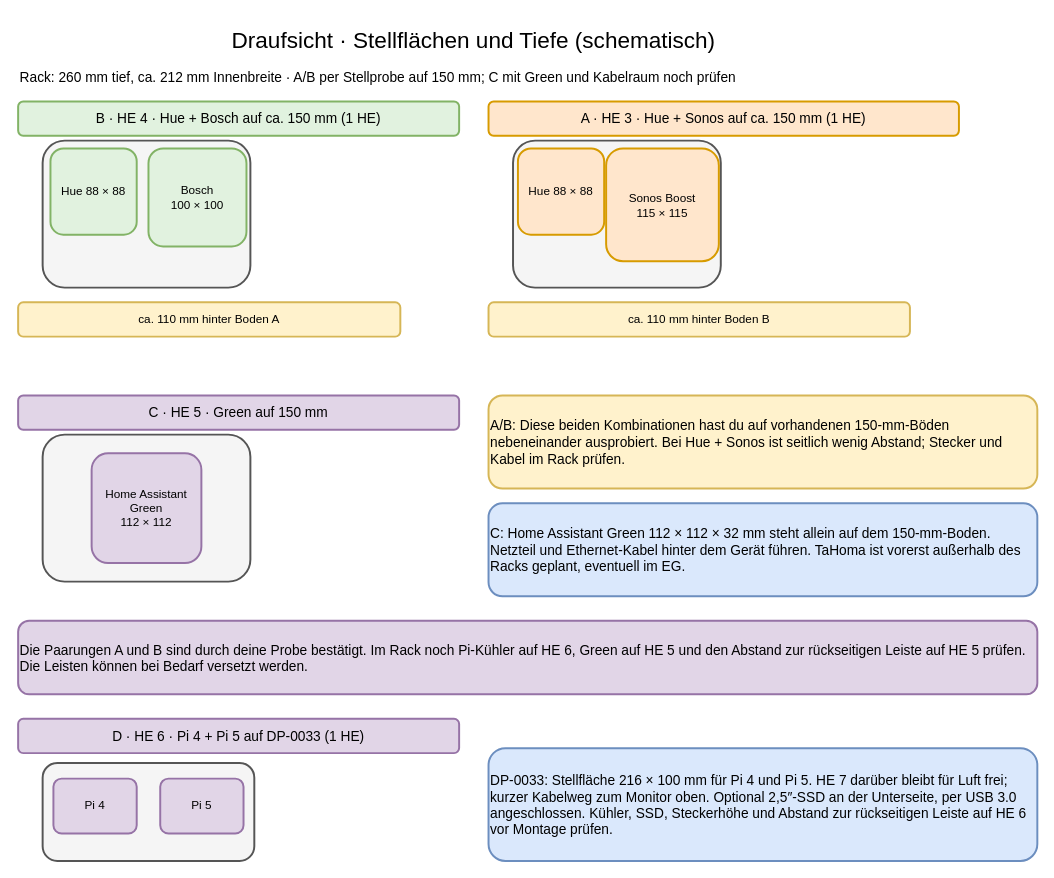
Earlier version of the draw.io diagram page "Fachböden – Draufsicht" (2 of 4) of 10-zoll-rack-planung.drawio (tiptronic/diagrams). Source tidied: cells renumbered, new cells numbered last; positions are measured from the earlier drawing's top-left corner, leaving out a move shared by most shapes. Both pictures are drawn from the tidied source at 98%, with x=0, y=0 at pixel (18, 18).
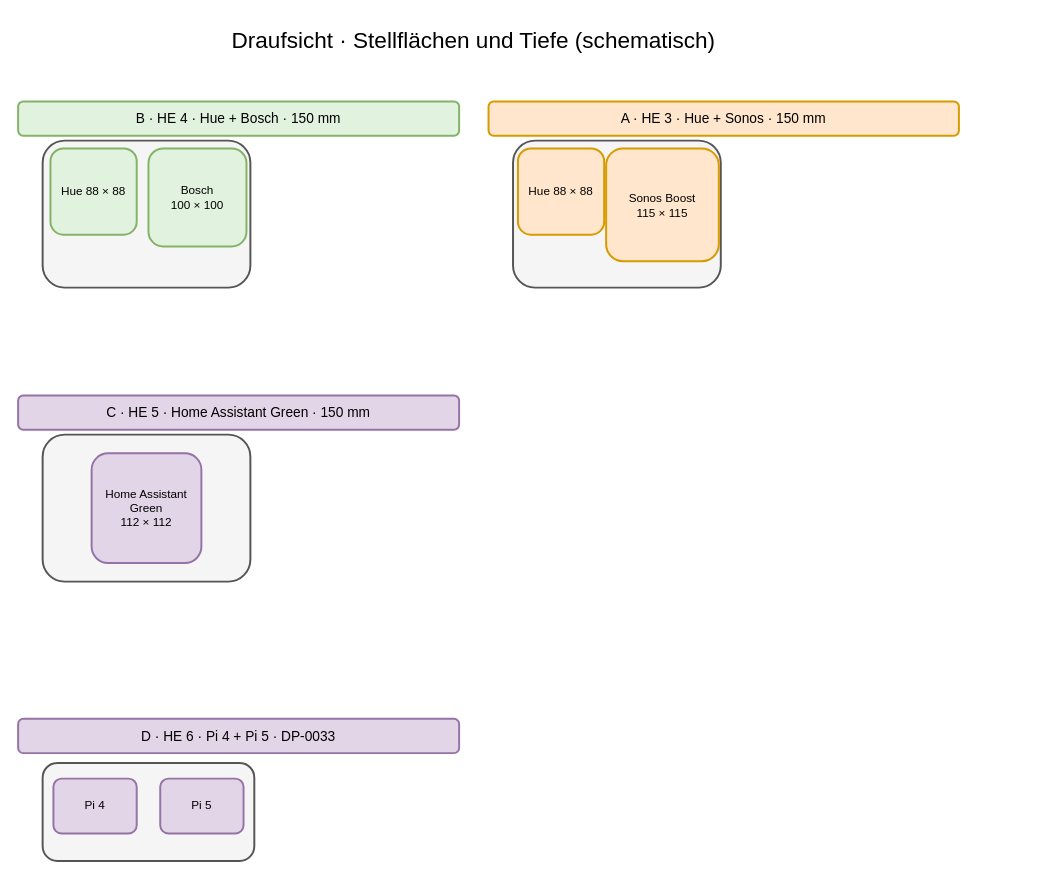
The same page after the edit.

Commit message (it also covers changes not shown here):
Simplify rack diagram labels

The edit, as a diff of the source:
```diff
@@
-    <mxCell id="3" value="Rack: 260 mm tief, ca. 212 mm Innenbreite · A/B per Stellprobe auf 150 mm; C mit Green und Kabelraum noch prüfen" style="rounded=1;whiteSpace=wrap;html=1;align=left;verticalAlign=middle;strokeWidth=2;fontSize=14;fillColor=#ffffff;strokeColor=#ffffff;" parent="1" vertex="1">
-      <mxGeometry y="45" width="1000" height="32" as="geometry" />
-    </mxCell>
-    <mxCell id="4" value="B · HE 4 · Hue + Bosch auf ca. 150 mm (1 HE)" style="rounded=1;whiteSpace=wrap;html=1;align=center;verticalAlign=middle;strokeWidth=2;fontSize=14;fillColor=#e1f2df;strokeColor=#82b366;" parent="1" vertex="1">
+    <mxCell id="4" value="B · HE 4 · Hue + Bosch · 150 mm" style="rounded=1;whiteSpace=wrap;html=1;align=center;verticalAlign=middle;strokeWidth=2;fontSize=14;fillColor=#e1f2df;strokeColor=#82b366;" parent="1" vertex="1">
       <mxGeometry y="85" width="450" height="35" as="geometry" />
     </mxCell>
@@
-    <mxCell id="8" value="ca. 110 mm hinter Boden A" style="rounded=1;whiteSpace=wrap;html=1;align=center;verticalAlign=middle;strokeWidth=2;fontSize=12;fillColor=#fff2cc;strokeColor=#d6b656;" parent="1" vertex="1">
-      <mxGeometry y="290" width="390" height="35" as="geometry" />
-    </mxCell>
-    <mxCell id="9" value="A · HE 3 · Hue + Sonos auf ca. 150 mm (1 HE)" style="rounded=1;whiteSpace=wrap;html=1;align=center;verticalAlign=middle;strokeWidth=2;fontSize=14;fillColor=#ffe6cc;strokeColor=#d79b00;" parent="1" vertex="1">
+    <mxCell id="9" value="A · HE 3 · Hue + Sonos · 150 mm" style="rounded=1;whiteSpace=wrap;html=1;align=center;verticalAlign=middle;strokeWidth=2;fontSize=14;fillColor=#ffe6cc;strokeColor=#d79b00;" parent="1" vertex="1">
       <mxGeometry x="480" y="85" width="480" height="35" as="geometry" />
     </mxCell>
@@
-    <mxCell id="13" value="ca. 110 mm hinter Boden B" style="rounded=1;whiteSpace=wrap;html=1;align=center;verticalAlign=middle;strokeWidth=2;fontSize=12;fillColor=#fff2cc;strokeColor=#d6b656;" parent="1" vertex="1">
-      <mxGeometry x="480" y="290" width="430" height="35" as="geometry" />
-    </mxCell>
-    <mxCell id="14" value="C · HE 5 · Green auf 150 mm" style="rounded=1;whiteSpace=wrap;html=1;align=center;verticalAlign=middle;strokeWidth=2;fontSize=14;fillColor=#e1d5e7;strokeColor=#9673a6;" parent="1" vertex="1">
+    <mxCell id="14" value="C · HE 5 · Home Assistant Green · 150 mm" style="rounded=1;whiteSpace=wrap;html=1;align=center;verticalAlign=middle;strokeWidth=2;fontSize=14;fillColor=#e1d5e7;strokeColor=#9673a6;" parent="1" vertex="1">
       <mxGeometry y="385" width="450" height="35" as="geometry" />
     </mxCell>
@@
-    <mxCell id="17" value="A/B: Diese beiden Kombinationen hast du auf vorhandenen 150-mm-Böden nebeneinander ausprobiert. Bei Hue + Sonos ist seitlich wenig Abstand; Stecker und Kabel im Rack prüfen." style="rounded=1;whiteSpace=wrap;html=1;align=left;verticalAlign=middle;strokeWidth=2;fontSize=14;fillColor=#fff2cc;strokeColor=#d6b656;" parent="1" vertex="1">
-      <mxGeometry x="480" y="385" width="560" height="95" as="geometry" />
-    </mxCell>
-    <mxCell id="18" value="C: Home Assistant Green 112 × 112 × 32 mm steht allein auf dem 150-mm-Boden. Netzteil und Ethernet-Kabel hinter dem Gerät führen. TaHoma ist vorerst außerhalb des Racks geplant, eventuell im EG." style="rounded=1;whiteSpace=wrap;html=1;align=left;verticalAlign=middle;strokeWidth=2;fontSize=14;fillColor=#dae8fc;strokeColor=#6c8ebf;" parent="1" vertex="1">
-      <mxGeometry x="480" y="495" width="560" height="95" as="geometry" />
-    </mxCell>
-    <mxCell id="19" value="Die Paarungen A und B sind durch deine Probe bestätigt. Im Rack noch Pi-Kühler auf HE 6, Green auf HE 5 und den Abstand zur rückseitigen Leiste auf HE 5 prüfen. Die Leisten können bei Bedarf versetzt werden." style="rounded=1;whiteSpace=wrap;html=1;align=left;verticalAlign=middle;strokeWidth=2;fontSize=14;fillColor=#e1d5e7;strokeColor=#9673a6;" parent="1" vertex="1">
-      <mxGeometry y="615" width="1040" height="75" as="geometry" />
-    </mxCell>
-    <mxCell id="20" value="D · HE 6 · Pi 4 + Pi 5 auf DP-0033 (1 HE)" style="rounded=1;whiteSpace=wrap;html=1;align=center;verticalAlign=middle;strokeWidth=2;fontSize=14;fillColor=#e1d5e7;strokeColor=#9673a6;" parent="1" vertex="1">
+    <mxCell id="20" value="D · HE 6 · Pi 4 + Pi 5 · DP-0033" style="rounded=1;whiteSpace=wrap;html=1;align=center;verticalAlign=middle;strokeWidth=2;fontSize=14;fillColor=#e1d5e7;strokeColor=#9673a6;" parent="1" vertex="1">
       <mxGeometry y="715" width="450" height="35" as="geometry" />
     </mxCell>
@@
-    <mxCell id="24" value="DP-0033: Stellfläche 216 × 100 mm für Pi 4 und Pi 5. HE 7 darüber bleibt für Luft frei; kurzer Kabelweg zum Monitor oben. Optional 2,5″-SSD an der Unterseite, per USB 3.0 angeschlossen. Kühler, SSD, Steckerhöhe und Abstand zur rückseitigen Leiste auf HE 6 vor Montage prüfen." style="rounded=1;whiteSpace=wrap;html=1;align=left;verticalAlign=middle;strokeWidth=2;fontSize=14;fillColor=#dae8fc;strokeColor=#6c8ebf;" parent="1" vertex="1">
-      <mxGeometry x="480" y="745" width="560" height="115" as="geometry" />
-    </mxCell>
```
